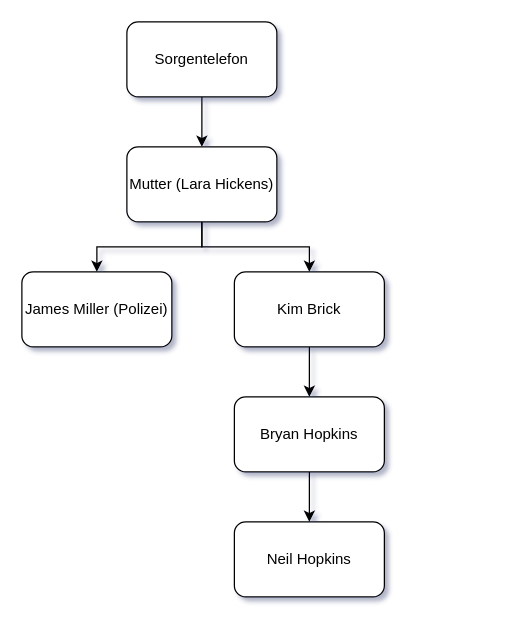
Before: Doc/Story/Drawio/Storymap.drawio in StefanLewin/LastCall, a draw.io diagram. Source tidied: cells renumbered, new cells numbered last; positions are measured from the earlier drawing's top-left corner, leaving out a move shared by most shapes. Both pictures are drawn from the tidied source at 125%, with x=0, y=0 at pixel (21, 21).
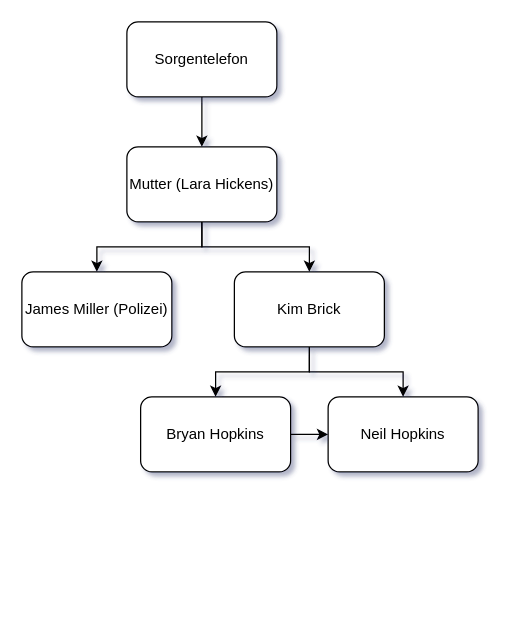
After the change.

Commit message (it also covers changes not shown here):
Update storymap and Kim Brick interview details

Adjusted positions and connections in Storymap.drawio for improved clarity. Fixed punctuation in Kim Brick interview transcript and added a new interview entry to Kim Brick.json with expanded details about the case and character relationships.

The edit, as a diff of the source:
```diff
@@
 <mxGraphModel shadow="1">
   <root>
     <mxCell id="0" />
     <mxCell id="1" parent="0" />
     <mxCell id="2" value="Sorgentelefon" style="rounded=1;whiteSpace=wrap;html=1;" parent="1" vertex="1">
       <mxGeometry x="84" width="120" height="60" as="geometry" />
     </mxCell>
     <mxCell id="3" value="Mutter (Lara Hickens)" style="rounded=1;whiteSpace=wrap;html=1;" parent="1" vertex="1">
       <mxGeometry x="84" y="100" width="120" height="60" as="geometry" />
     </mxCell>
     <mxCell id="4" style="endArrow=classic;html=1;rounded=0;entryX=0.5;entryY=0;entryDx=0;entryDy=0;exitX=0.5;exitY=1;exitDx=0;exitDy=0;" parent="1" edge="1" source="2" target="3">
       <mxGeometry relative="1" as="geometry" />
     </mxCell>
     <mxCell id="5" style="endArrow=classic;html=1;rounded=0;exitX=0.5;exitY=1;exitDx=0;exitDy=0;entryX=0.5;entryY=0;entryDx=0;entryDy=0;" parent="1" edge="1" source="3" target="6">
       <mxGeometry relative="1" as="geometry">
         <Array as="points">
           <mxPoint x="144" y="180" />
           <mxPoint x="60" y="180" />
         </Array>
       </mxGeometry>
     </mxCell>
     <mxCell id="6" value="James Miller (Polizei)" style="rounded=1;whiteSpace=wrap;html=1;" parent="1" vertex="1">
       <mxGeometry y="200" width="120" height="60" as="geometry" />
     </mxCell>
     <mxCell id="7" style="edgeStyle=orthogonalEdgeStyle;rounded=0;jettySize=auto;html=1;" parent="1" edge="1" source="8" target="11">
       <mxGeometry relative="1" as="geometry" />
     </mxCell>
+    <mxCell id="13" style="edgeStyle=orthogonalEdgeStyle;rounded=0;jettySize=auto;html=1;entryX=0.5;entryY=0;entryDx=0;entryDy=0;" parent="1" edge="1" source="8" target="12">
+      <mxGeometry relative="1" as="geometry" />
+    </mxCell>
     <mxCell id="8" value="Kim Brick" style="rounded=1;whiteSpace=wrap;html=1;" parent="1" vertex="1">
       <mxGeometry x="170" y="200" width="120" height="60" as="geometry" />
     </mxCell>
     <mxCell id="9" style="endArrow=classic;html=1;rounded=0;entryX=0.5;entryY=0;entryDx=0;entryDy=0;exitX=0.5;exitY=1;exitDx=0;exitDy=0;" parent="1" edge="1" source="3" target="8">
       <mxGeometry relative="1" as="geometry">
         <Array as="points">
           <mxPoint x="144" y="180" />
           <mxPoint x="230" y="180" />
         </Array>
       </mxGeometry>
     </mxCell>
     <mxCell id="10" style="edgeStyle=orthogonalEdgeStyle;rounded=0;jettySize=auto;html=1;" parent="1" edge="1" source="11" target="12">
       <mxGeometry relative="1" as="geometry" />
     </mxCell>
     <mxCell id="11" value="Bryan Hopkins" style="rounded=1;whiteSpace=wrap;html=1;" parent="1" vertex="1">
-      <mxGeometry x="170" y="300" width="120" height="60" as="geometry" />
+      <mxGeometry x="95" y="300" width="120" height="60" as="geometry" />
     </mxCell>
     <mxCell id="12" value="Neil Hopkins" style="whiteSpace=wrap;html=1;rounded=1;" parent="1" vertex="1">
-      <mxGeometry x="170" y="400" width="120" height="60" as="geometry" />
+      <mxGeometry x="245" y="300" width="120" height="60" as="geometry" />
     </mxCell>
   </root>
 </mxGraphModel>
```
